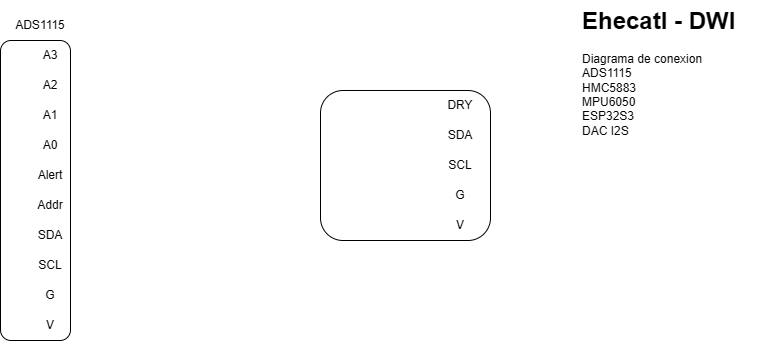
Earlier version of the draw.io export Schematic/Ehecatl-DWI.drawio.png (manoxs/Ehecatl). Source tidied: cells renumbered, new cells last; positions are measured from the earlier drawing's top-left corner, leaving out a move shared by most shapes.
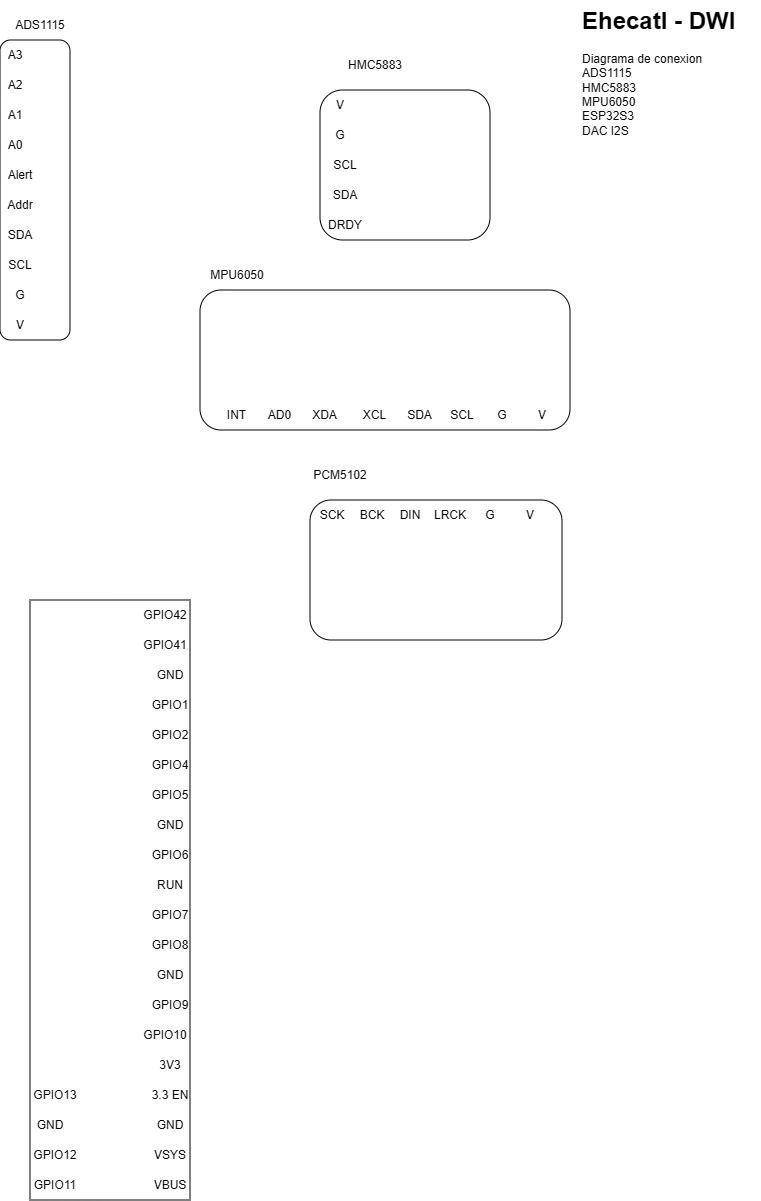
The same file after the commit.

Diff of the diagram source:
```diff
@@ -3,61 +3,193 @@
     <mxCell id="0" />
     <mxCell id="1" parent="0" />
     <mxCell id="2" style="rounded=1;whiteSpace=wrap;html=1;direction=south;fontFamily=Helvetica;" parent="1" vertex="1">
-      <mxGeometry y="40" width="70" height="300" as="geometry" />
+      <mxGeometry x="20" y="40" width="70" height="300" as="geometry" />
     </mxCell>
     <mxCell id="3" value="A3" style="text;html=1;whiteSpace=wrap;strokeColor=none;fillColor=none;align=center;verticalAlign=middle;rounded=0;" parent="1" vertex="1">
-      <mxGeometry x="20" y="40" width="60" height="30" as="geometry" />
+      <mxGeometry x="20" y="40" width="30" height="30" as="geometry" />
     </mxCell>
     <mxCell id="4" value="A2" style="text;html=1;whiteSpace=wrap;strokeColor=none;fillColor=none;align=center;verticalAlign=middle;rounded=0;" parent="1" vertex="1">
-      <mxGeometry x="20" y="70" width="60" height="30" as="geometry" />
+      <mxGeometry x="20" y="70" width="30" height="30" as="geometry" />
     </mxCell>
     <mxCell id="5" value="A1" style="text;html=1;whiteSpace=wrap;strokeColor=none;fillColor=none;align=center;verticalAlign=middle;rounded=0;" parent="1" vertex="1">
-      <mxGeometry x="20" y="100" width="60" height="30" as="geometry" />
+      <mxGeometry x="20" y="100" width="30" height="30" as="geometry" />
     </mxCell>
     <mxCell id="6" value="A0" style="text;html=1;whiteSpace=wrap;strokeColor=none;fillColor=none;align=center;verticalAlign=middle;rounded=0;" parent="1" vertex="1">
-      <mxGeometry x="20" y="130" width="60" height="30" as="geometry" />
+      <mxGeometry x="20" y="130" width="30" height="30" as="geometry" />
     </mxCell>
     <mxCell id="7" value="Alert" style="text;html=1;whiteSpace=wrap;strokeColor=none;fillColor=none;align=center;verticalAlign=middle;rounded=0;" parent="1" vertex="1">
-      <mxGeometry x="20" y="160" width="60" height="30" as="geometry" />
+      <mxGeometry x="20" y="160" width="40" height="30" as="geometry" />
     </mxCell>
     <mxCell id="8" value="Addr" style="text;html=1;whiteSpace=wrap;strokeColor=none;fillColor=none;align=center;verticalAlign=middle;rounded=0;" parent="1" vertex="1">
-      <mxGeometry x="20" y="190" width="60" height="30" as="geometry" />
+      <mxGeometry x="20" y="190" width="40" height="30" as="geometry" />
     </mxCell>
     <mxCell id="9" value="SDA" style="text;html=1;whiteSpace=wrap;strokeColor=none;fillColor=none;align=center;verticalAlign=middle;rounded=0;" parent="1" vertex="1">
-      <mxGeometry x="20" y="220" width="60" height="30" as="geometry" />
+      <mxGeometry x="20" y="220" width="40" height="30" as="geometry" />
     </mxCell>
     <mxCell id="10" value="SCL" style="text;html=1;whiteSpace=wrap;strokeColor=none;fillColor=none;align=center;verticalAlign=middle;rounded=0;" parent="1" vertex="1">
-      <mxGeometry x="20" y="250" width="60" height="30" as="geometry" />
+      <mxGeometry x="20" y="250" width="40" height="30" as="geometry" />
     </mxCell>
     <mxCell id="11" value="G" style="text;html=1;whiteSpace=wrap;strokeColor=none;fillColor=none;align=center;verticalAlign=middle;rounded=0;" parent="1" vertex="1">
-      <mxGeometry x="20" y="280" width="60" height="30" as="geometry" />
+      <mxGeometry x="20" y="280" width="40" height="30" as="geometry" />
     </mxCell>
     <mxCell id="12" value="V" style="text;html=1;whiteSpace=wrap;strokeColor=none;fillColor=none;align=center;verticalAlign=middle;rounded=0;" parent="1" vertex="1">
-      <mxGeometry x="20" y="310" width="60" height="30" as="geometry" />
+      <mxGeometry x="20" y="310" width="40" height="30" as="geometry" />
     </mxCell>
     <mxCell id="13" value="ADS1115" style="text;html=1;whiteSpace=wrap;strokeColor=none;fillColor=none;align=center;verticalAlign=middle;rounded=0;" parent="1" vertex="1">
-      <mxGeometry x="10" y="10" width="60" height="30" as="geometry" />
+      <mxGeometry x="30" y="10" width="60" height="30" as="geometry" />
     </mxCell>
     <mxCell id="14" style="rounded=1;whiteSpace=wrap;html=1;" parent="1" vertex="1">
-      <mxGeometry x="320" y="90" width="170" height="150" as="geometry" />
+      <mxGeometry x="340" y="90" width="170" height="150" as="geometry" />
     </mxCell>
     <mxCell id="15" value="G" style="text;html=1;whiteSpace=wrap;strokeColor=none;fillColor=none;align=center;verticalAlign=middle;rounded=0;" parent="1" vertex="1">
-      <mxGeometry x="430" y="180" width="60" height="30" as="geometry" />
+      <mxGeometry x="340" y="120" width="40" height="30" as="geometry" />
     </mxCell>
     <mxCell id="16" value="V" style="text;html=1;whiteSpace=wrap;strokeColor=none;fillColor=none;align=center;verticalAlign=middle;rounded=0;" parent="1" vertex="1">
-      <mxGeometry x="430" y="210" width="60" height="30" as="geometry" />
+      <mxGeometry x="340" y="90" width="40" height="30" as="geometry" />
     </mxCell>
     <mxCell id="17" value="SCL" style="text;html=1;whiteSpace=wrap;strokeColor=none;fillColor=none;align=center;verticalAlign=middle;rounded=0;" parent="1" vertex="1">
-      <mxGeometry x="430" y="150" width="60" height="30" as="geometry" />
+      <mxGeometry x="340" y="150" width="50" height="30" as="geometry" />
     </mxCell>
     <mxCell id="18" value="SDA" style="text;html=1;whiteSpace=wrap;strokeColor=none;fillColor=none;align=center;verticalAlign=middle;rounded=0;" parent="1" vertex="1">
-      <mxGeometry x="430" y="120" width="60" height="30" as="geometry" />
+      <mxGeometry x="340" y="180" width="50" height="30" as="geometry" />
     </mxCell>
-    <mxCell id="19" value="DRY" style="text;html=1;whiteSpace=wrap;strokeColor=none;fillColor=none;align=center;verticalAlign=middle;rounded=0;" parent="1" vertex="1">
-      <mxGeometry x="430" y="90" width="60" height="30" as="geometry" />
+    <mxCell id="19" value="DRDY" style="text;html=1;whiteSpace=wrap;strokeColor=none;fillColor=none;align=center;verticalAlign=middle;rounded=0;" parent="1" vertex="1">
+      <mxGeometry x="340" y="210" width="50" height="30" as="geometry" />
     </mxCell>
-    <mxCell id="20" value="&lt;h1 style=&quot;margin-top: 0px;&quot;&gt;Ehecatl - DWI&lt;/h1&gt;&lt;div&gt;Diagrama de conexion&lt;/div&gt;&lt;div&gt;ADS1115&lt;/div&gt;&lt;div&gt;HMC5883&lt;/div&gt;&lt;div&gt;MPU6050&lt;/div&gt;&lt;div&gt;ESP32S3&lt;/div&gt;&lt;div&gt;DAC I2S&lt;/div&gt;&lt;div&gt;&lt;br&gt;&lt;/div&gt;" style="text;html=1;whiteSpace=wrap;overflow=hidden;rounded=0;" parent="1" vertex="1">
-      <mxGeometry x="580" width="180" height="150" as="geometry" />
+    <mxCell id="20" value="&lt;h1 style=&quot;margin-top: 0px;&quot;&gt;Ehecatl - DWI&lt;/h1&gt;&lt;div&gt;Diagrama de conexion&lt;/div&gt;&lt;div&gt;ADS1115&lt;/div&gt;&lt;div&gt;HMC5883&lt;/div&gt;&lt;div&gt;MPU6050&lt;/div&gt;&lt;div&gt;ESP32S3&lt;/div&gt;&lt;div&gt;DAC I2S&lt;/div&gt;&lt;div&gt;&lt;br&gt;&lt;/div&gt;" style="text;html=1;whiteSpace=wrap;overflow=hidden;rounded=0;labelBackgroundColor=light-dark(default, #c61515);" parent="1" vertex="1">
+      <mxGeometry x="600" width="180" height="150" as="geometry" />
     </mxCell>
+    <mxCell id="21" value="HMC5883" style="text;html=1;whiteSpace=wrap;strokeColor=none;fillColor=none;align=center;verticalAlign=middle;rounded=0;" parent="1" vertex="1">
+      <mxGeometry x="365" y="50" width="60" height="30" as="geometry" />
+    </mxCell>
+    <mxCell id="22" style="rounded=1;whiteSpace=wrap;html=1;" parent="1" vertex="1">
+      <mxGeometry x="220" y="290" width="370" height="140" as="geometry" />
+    </mxCell>
+    <mxCell id="23" value="G" style="text;html=1;whiteSpace=wrap;strokeColor=none;fillColor=none;align=center;verticalAlign=middle;rounded=0;" parent="1" vertex="1">
+      <mxGeometry x="502" y="400" width="40" height="30" as="geometry" />
+    </mxCell>
+    <mxCell id="24" value="V" style="text;html=1;whiteSpace=wrap;strokeColor=none;fillColor=none;align=center;verticalAlign=middle;rounded=0;" parent="1" vertex="1">
+      <mxGeometry x="542" y="400" width="40" height="30" as="geometry" />
+    </mxCell>
+    <mxCell id="25" value="SCL" style="text;html=1;whiteSpace=wrap;strokeColor=none;fillColor=none;align=center;verticalAlign=middle;rounded=0;" parent="1" vertex="1">
+      <mxGeometry x="462" y="400" width="40" height="30" as="geometry" />
+    </mxCell>
+    <mxCell id="26" value="SDA" style="text;html=1;whiteSpace=wrap;strokeColor=none;fillColor=none;align=center;verticalAlign=middle;rounded=0;" parent="1" vertex="1">
+      <mxGeometry x="417" y="400" width="45" height="30" as="geometry" />
+    </mxCell>
+    <mxCell id="27" value="MPU6050" style="text;html=1;whiteSpace=wrap;strokeColor=none;fillColor=none;align=center;verticalAlign=middle;rounded=0;" parent="1" vertex="1">
+      <mxGeometry x="226.5" y="260" width="60" height="30" as="geometry" />
+    </mxCell>
+    <mxCell id="28" value="XCL" style="text;html=1;whiteSpace=wrap;strokeColor=none;fillColor=none;align=center;verticalAlign=middle;rounded=0;" parent="1" vertex="1">
+      <mxGeometry x="372" y="400" width="45" height="30" as="geometry" />
+    </mxCell>
+    <mxCell id="29" value="XDA" style="text;html=1;whiteSpace=wrap;strokeColor=none;fillColor=none;align=center;verticalAlign=middle;rounded=0;" parent="1" vertex="1">
+      <mxGeometry x="322" y="400" width="45" height="30" as="geometry" />
+    </mxCell>
+    <mxCell id="30" value="AD0" style="text;html=1;whiteSpace=wrap;strokeColor=none;fillColor=none;align=center;verticalAlign=middle;rounded=0;" parent="1" vertex="1">
+      <mxGeometry x="277" y="400" width="45" height="30" as="geometry" />
+    </mxCell>
+    <mxCell id="31" value="INT" style="text;html=1;whiteSpace=wrap;strokeColor=none;fillColor=none;align=center;verticalAlign=middle;rounded=0;" parent="1" vertex="1">
+      <mxGeometry x="234" y="400" width="45" height="30" as="geometry" />
+    </mxCell>
+    <mxCell id="32" style="rounded=1;whiteSpace=wrap;html=1;" parent="1" vertex="1">
+      <mxGeometry x="330" y="500" width="252" height="140" as="geometry" />
+    </mxCell>
+    <mxCell id="33" value="V" style="text;html=1;whiteSpace=wrap;strokeColor=none;fillColor=none;align=center;verticalAlign=middle;rounded=0;" parent="1" vertex="1">
+      <mxGeometry x="530" y="500" width="40" height="30" as="geometry" />
+    </mxCell>
+    <mxCell id="34" value="G" style="text;html=1;whiteSpace=wrap;strokeColor=none;fillColor=none;align=center;verticalAlign=middle;rounded=0;" parent="1" vertex="1">
+      <mxGeometry x="490" y="500" width="40" height="30" as="geometry" />
+    </mxCell>
+    <mxCell id="35" value="LRCK" style="text;html=1;whiteSpace=wrap;strokeColor=none;fillColor=none;align=center;verticalAlign=middle;rounded=0;" parent="1" vertex="1">
+      <mxGeometry x="450" y="500" width="40" height="30" as="geometry" />
+    </mxCell>
+    <mxCell id="36" value="DIN" style="text;html=1;whiteSpace=wrap;strokeColor=none;fillColor=none;align=center;verticalAlign=middle;rounded=0;" parent="1" vertex="1">
+      <mxGeometry x="410" y="500" width="40" height="30" as="geometry" />
+    </mxCell>
+    <mxCell id="37" value="BCK" style="text;html=1;whiteSpace=wrap;strokeColor=none;fillColor=none;align=center;verticalAlign=middle;rounded=0;" parent="1" vertex="1">
+      <mxGeometry x="372" y="500" width="40" height="30" as="geometry" />
+    </mxCell>
+    <mxCell id="38" value="SCK" style="text;html=1;whiteSpace=wrap;strokeColor=none;fillColor=none;align=center;verticalAlign=middle;rounded=0;" parent="1" vertex="1">
+      <mxGeometry x="332" y="500" width="40" height="30" as="geometry" />
+    </mxCell>
+    <mxCell id="39" value="PCM5102" style="text;html=1;whiteSpace=wrap;strokeColor=none;fillColor=none;align=center;verticalAlign=middle;rounded=0;" parent="1" vertex="1">
+      <mxGeometry x="330" y="460" width="60" height="30" as="geometry" />
+    </mxCell>
+    <mxCell id="40" style="rounded=0;whiteSpace=wrap;html=1;direction=south;" parent="1" vertex="1">
+      <mxGeometry x="50" y="600" width="160" height="600" as="geometry" />
+    </mxCell>
+    <mxCell id="41" value="VBUS" style="text;html=1;whiteSpace=wrap;strokeColor=none;fillColor=none;align=center;verticalAlign=middle;rounded=0;" parent="1" vertex="1">
+      <mxGeometry x="170" y="1170" width="40" height="30" as="geometry" />
+    </mxCell>
+    <mxCell id="42" value="VSYS" style="text;html=1;whiteSpace=wrap;strokeColor=none;fillColor=none;align=center;verticalAlign=middle;rounded=0;" parent="1" vertex="1">
+      <mxGeometry x="170" y="1140" width="40" height="30" as="geometry" />
+    </mxCell>
+    <mxCell id="43" value="GND" style="text;html=1;whiteSpace=wrap;strokeColor=none;fillColor=none;align=center;verticalAlign=middle;rounded=0;" parent="1" vertex="1">
+      <mxGeometry x="170" y="1110" width="40" height="30" as="geometry" />
+    </mxCell>
+    <mxCell id="44" value="3.3 EN" style="text;html=1;whiteSpace=wrap;strokeColor=none;fillColor=none;align=center;verticalAlign=middle;rounded=0;" parent="1" vertex="1">
+      <mxGeometry x="170" y="1080" width="40" height="30" as="geometry" />
+    </mxCell>
+    <mxCell id="45" value="3V3" style="text;html=1;whiteSpace=wrap;strokeColor=none;fillColor=none;align=center;verticalAlign=middle;rounded=0;" parent="1" vertex="1">
+      <mxGeometry x="170" y="1050" width="40" height="30" as="geometry" />
+    </mxCell>
+    <mxCell id="46" value="GPIO10" style="text;html=1;whiteSpace=wrap;strokeColor=none;fillColor=none;align=center;verticalAlign=middle;rounded=0;" parent="1" vertex="1">
+      <mxGeometry x="160" y="1020" width="50" height="30" as="geometry" />
+    </mxCell>
+    <mxCell id="47" value="GPIO9" style="text;html=1;whiteSpace=wrap;strokeColor=none;fillColor=none;align=center;verticalAlign=middle;rounded=0;" parent="1" vertex="1">
+      <mxGeometry x="170" y="990" width="40" height="30" as="geometry" />
+    </mxCell>
+    <mxCell id="48" value="GND" style="text;html=1;whiteSpace=wrap;strokeColor=none;fillColor=none;align=center;verticalAlign=middle;rounded=0;" parent="1" vertex="1">
+      <mxGeometry x="170" y="960" width="40" height="30" as="geometry" />
+    </mxCell>
+    <mxCell id="49" value="GPIO8" style="text;html=1;whiteSpace=wrap;strokeColor=none;fillColor=none;align=center;verticalAlign=middle;rounded=0;" parent="1" vertex="1">
+      <mxGeometry x="170" y="930" width="40" height="30" as="geometry" />
+    </mxCell>
+    <mxCell id="50" value="GPIO7" style="text;html=1;whiteSpace=wrap;strokeColor=none;fillColor=none;align=center;verticalAlign=middle;rounded=0;" parent="1" vertex="1">
+      <mxGeometry x="170" y="900" width="40" height="30" as="geometry" />
+    </mxCell>
+    <mxCell id="51" value="RUN" style="text;html=1;whiteSpace=wrap;strokeColor=none;fillColor=none;align=center;verticalAlign=middle;rounded=0;" parent="1" vertex="1">
+      <mxGeometry x="170" y="870" width="40" height="30" as="geometry" />
+    </mxCell>
+    <mxCell id="52" value="GPIO6" style="text;html=1;whiteSpace=wrap;strokeColor=none;fillColor=none;align=center;verticalAlign=middle;rounded=0;" parent="1" vertex="1">
+      <mxGeometry x="170" y="840" width="40" height="30" as="geometry" />
+    </mxCell>
+    <mxCell id="53" value="GND" style="text;html=1;whiteSpace=wrap;strokeColor=none;fillColor=none;align=center;verticalAlign=middle;rounded=0;" parent="1" vertex="1">
+      <mxGeometry x="170" y="810" width="40" height="30" as="geometry" />
+    </mxCell>
+    <mxCell id="54" value="GPIO5" style="text;html=1;whiteSpace=wrap;strokeColor=none;fillColor=none;align=center;verticalAlign=middle;rounded=0;" parent="1" vertex="1">
+      <mxGeometry x="170" y="780" width="40" height="30" as="geometry" />
+    </mxCell>
+    <mxCell id="55" value="GPIO4" style="text;html=1;whiteSpace=wrap;strokeColor=none;fillColor=none;align=center;verticalAlign=middle;rounded=0;" parent="1" vertex="1">
+      <mxGeometry x="170" y="750" width="40" height="30" as="geometry" />
+    </mxCell>
+    <mxCell id="56" value="GPIO2" style="text;html=1;whiteSpace=wrap;strokeColor=none;fillColor=none;align=center;verticalAlign=middle;rounded=0;" parent="1" vertex="1">
+      <mxGeometry x="170" y="720" width="40" height="30" as="geometry" />
+    </mxCell>
+    <mxCell id="57" value="GPIO1" style="text;html=1;whiteSpace=wrap;strokeColor=none;fillColor=none;align=center;verticalAlign=middle;rounded=0;" parent="1" vertex="1">
+      <mxGeometry x="170" y="690" width="40" height="30" as="geometry" />
+    </mxCell>
+    <mxCell id="58" value="GND" style="text;html=1;whiteSpace=wrap;strokeColor=none;fillColor=none;align=center;verticalAlign=middle;rounded=0;" parent="1" vertex="1">
+      <mxGeometry x="170" y="660" width="40" height="30" as="geometry" />
+    </mxCell>
+    <mxCell id="59" value="GPIO41" style="text;html=1;whiteSpace=wrap;strokeColor=none;fillColor=none;align=center;verticalAlign=middle;rounded=0;" parent="1" vertex="1">
+      <mxGeometry x="160" y="630" width="50" height="30" as="geometry" />
+    </mxCell>
+    <mxCell id="60" value="GPIO42" style="text;html=1;whiteSpace=wrap;strokeColor=none;fillColor=none;align=center;verticalAlign=middle;rounded=0;" parent="1" vertex="1">
+      <mxGeometry x="160" y="600" width="50" height="30" as="geometry" />
+    </mxCell>
+    <mxCell id="61" value="GPIO11" style="text;html=1;whiteSpace=wrap;strokeColor=none;fillColor=none;align=center;verticalAlign=middle;rounded=0;" parent="1" vertex="1">
+      <mxGeometry x="50" y="1170" width="50" height="30" as="geometry" />
+    </mxCell>
+    <mxCell id="62" value="GPIO12" style="text;html=1;whiteSpace=wrap;strokeColor=none;fillColor=none;align=center;verticalAlign=middle;rounded=0;" parent="1" vertex="1">
+      <mxGeometry x="50" y="1140" width="50" height="30" as="geometry" />
+    </mxCell>
+    <mxCell id="63" value="GND" style="text;html=1;whiteSpace=wrap;strokeColor=none;fillColor=none;align=center;verticalAlign=middle;rounded=0;" parent="1" vertex="1">
+      <mxGeometry x="50" y="1110" width="40" height="30" as="geometry" />
+    </mxCell>
+    <mxCell id="64" value="GPIO13" style="text;html=1;whiteSpace=wrap;strokeColor=none;fillColor=none;align=center;verticalAlign=middle;rounded=0;" parent="1" vertex="1">
+      <mxGeometry x="50" y="1080" width="50" height="30" as="geometry" />
+    </mxCell>
   </root>
 </mxGraphModel>
```
